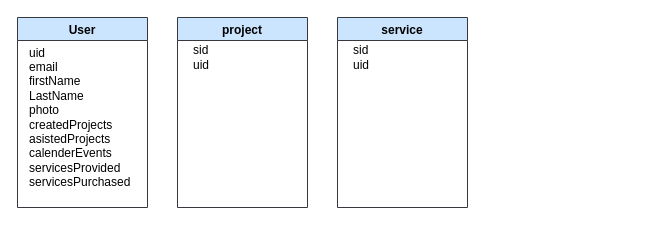
Above: page "Page-7" (7 of 7) of SAD Diagrams.drawio in Itaybarbar/myProject (draw.io), before the change. Source tidied: cells renumbered, new cells numbered last; positions are measured from the earlier drawing's top-left corner, leaving out a move shared by most shapes. Both pictures are drawn from the tidied source at 100%, with x=0, y=0 at pixel (17, 17).
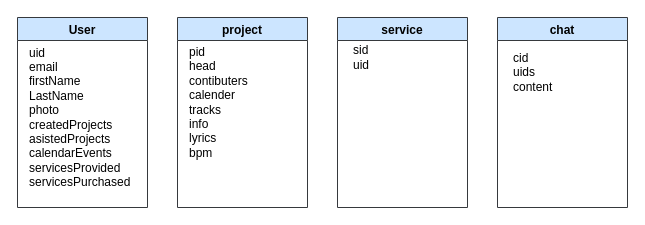
The same page after the edit.

Diff of the diagram source:
```diff
@@
 <mxGraphModel>
   <root>
     <mxCell id="0" />
     <mxCell id="1" parent="0" />
     <mxCell id="2" value="User" style="swimlane;fillColor=#cce5ff;strokeColor=#36393d;" parent="1" vertex="1">
       <mxGeometry width="130" height="190" as="geometry" />
     </mxCell>
-    <mxCell id="3" value="uid&lt;br&gt;email&lt;br&gt;firstName&lt;br&gt;LastName&lt;br&gt;photo&lt;br&gt;createdProjects&lt;br&gt;asistedProjects&lt;br&gt;calenderEvents&lt;br&gt;servicesProvided&lt;br&gt;servicesPurchased" style="text;html=1;align=left;verticalAlign=middle;strokeColor=none;fillColor=none;fontStyle=0;" parent="2" vertex="1">
+    <mxCell id="3" value="uid&lt;br&gt;email&lt;br&gt;firstName&lt;br&gt;LastName&lt;br&gt;photo&lt;br&gt;createdProjects&lt;br&gt;asistedProjects&lt;br&gt;calendarEvents&lt;br&gt;servicesProvided&lt;br&gt;servicesPurchased" style="text;html=1;align=left;verticalAlign=middle;strokeColor=none;fillColor=none;fontStyle=0;" parent="2" vertex="1">
       <mxGeometry x="10" y="25" width="120" height="150" as="geometry" />
     </mxCell>
     <mxCell id="4" value="service" style="swimlane;fillColor=#cce5ff;strokeColor=#36393d;startSize=23;" parent="1" vertex="1">
       <mxGeometry x="320" width="130" height="190" as="geometry" />
     </mxCell>
     <mxCell id="5" value="sid&lt;br&gt;uid&lt;br&gt;" style="text;html=1;align=left;verticalAlign=middle;strokeColor=none;fillColor=none;fontStyle=0;" parent="4" vertex="1">
       <mxGeometry x="14" y="25" width="30" height="30" as="geometry" />
     </mxCell>
     <mxCell id="6" value="project" style="swimlane;fillColor=#cce5ff;strokeColor=#36393d;startSize=23;" parent="1" vertex="1">
       <mxGeometry x="160" width="130" height="190" as="geometry" />
     </mxCell>
-    <mxCell id="7" value="sid&lt;br&gt;uid&lt;br&gt;" style="text;html=1;align=left;verticalAlign=middle;strokeColor=none;fillColor=none;fontStyle=0;" parent="6" vertex="1">
-      <mxGeometry x="14" y="25" width="30" height="30" as="geometry" />
+    <mxCell id="7" value="pid&lt;br&gt;head&lt;br&gt;contibuters&lt;br&gt;calender&lt;br&gt;tracks&lt;br&gt;info&lt;br&gt;lyrics&lt;br&gt;bpm&lt;br&gt;" style="text;html=1;align=left;verticalAlign=middle;strokeColor=none;fillColor=none;fontStyle=0;" parent="6" vertex="1">
+      <mxGeometry x="10" y="25" width="70" height="120" as="geometry" />
     </mxCell>
+    <mxCell id="8" value="chat" style="swimlane;fillColor=#cce5ff;strokeColor=#36393d;startSize=23;" parent="1" vertex="1">
+      <mxGeometry x="480" width="130" height="190" as="geometry" />
+    </mxCell>
+    <mxCell id="9" value="cid&lt;br&gt;uids&lt;br&gt;content" style="text;html=1;align=left;verticalAlign=middle;strokeColor=none;fillColor=none;fontStyle=0;" parent="8" vertex="1">
+      <mxGeometry x="14" y="30" width="50" height="50" as="geometry" />
+    </mxCell>
   </root>
 </mxGraphModel>
```
